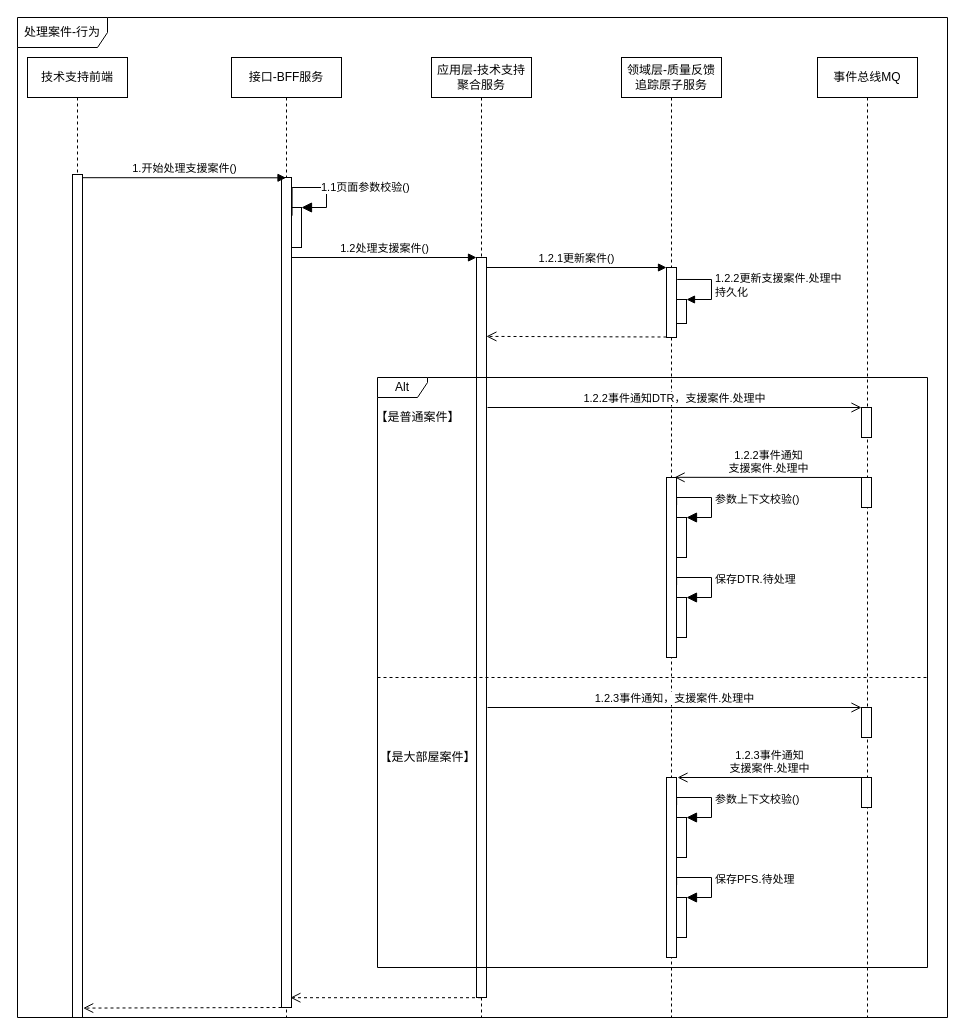
Above: page "第 8 页" (8 of 23) of images/支援案件时序图.drawio in 1132489442/designer (draw.io), before the change. Source tidied: cells renumbered, new cells numbered last; positions are measured from the earlier drawing's top-left corner, leaving out a move shared by most shapes. Both pictures are drawn from the tidied source at 100%, with x=0, y=0 at pixel (17, 17).
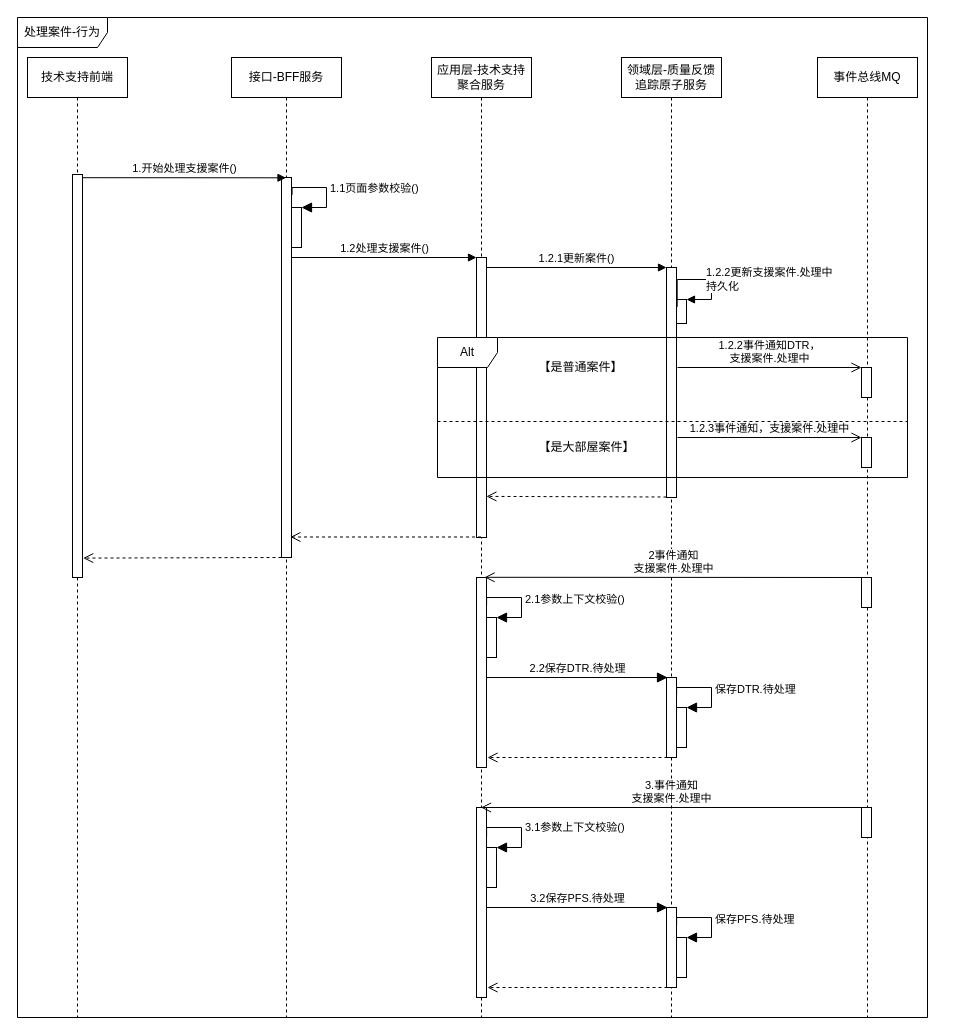
Above is the later version.

Commit message (it also covers changes not shown here):
更新支援案件时序图.drawio

The change refers to these unchanged cells:
```xml
<mxCell id="2" value="领域层-质量反馈追踪原子服务" style="shape=umlLifeline;perimeter=lifelinePerimeter;whiteSpace=wrap;html=1;" parent="1" vertex="1">
  <mxGeometry x="604" y="40" width="100" height="960" as="geometry" />
</mxCell>
<mxCell id="9" value="应用层-技术支持聚合服务" style="shape=umlLifeline;perimeter=lifelinePerimeter;whiteSpace=wrap;html=1;" parent="1" vertex="1">
  <mxGeometry x="414" y="40" width="100" height="960" as="geometry" />
</mxCell>
<mxCell id="12" value="接口-BFF服务" style="shape=umlLifeline;perimeter=lifelinePerimeter;whiteSpace=wrap;html=1;" parent="1" vertex="1">
  <mxGeometry x="214" y="40" width="110" height="960" as="geometry" />
</mxCell>
<mxCell id="24" value="事件总线MQ" style="shape=umlLifeline;perimeter=lifelinePerimeter;whiteSpace=wrap;html=1;fillColor=#FFFFFF;" parent="1" vertex="1">
  <mxGeometry x="800" y="40" width="100" height="960" as="geometry" />
</mxCell>
```

Change to the diagram source:
```diff
@@
     <mxCell id="3" style="html=1;points=[];perimeter=orthogonalPerimeter;" parent="2" vertex="1">
-      <mxGeometry x="45" y="210" width="10" height="70" as="geometry" />
+      <mxGeometry x="45" y="210" width="10" height="230" as="geometry" />
     </mxCell>
@@
-    <mxCell id="6" style="html=1;points=[];perimeter=orthogonalPerimeter;fillColor=#FFFFFF;" parent="2" vertex="1">
-      <mxGeometry x="45" y="420" width="10" height="180" as="geometry" />
-    </mxCell>
     <mxCell id="7" style="html=1;points=[];perimeter=orthogonalPerimeter;fillColor=#FFFFFF;" parent="2" vertex="1">
-      <mxGeometry x="55" y="460" width="10" height="40" as="geometry" />
+      <mxGeometry x="-135" y="560" width="10" height="40" as="geometry" />
     </mxCell>
-    <mxCell id="8" value="参数上下文校验()" style="edgeStyle=orthogonalEdgeStyle;html=1;align=left;spacingLeft=2;endArrow=block;rounded=0;entryX=1;entryY=0;endSize=8;exitX=1.011;exitY=0.153;exitDx=0;exitDy=0;exitPerimeter=0;" parent="2" edge="1" source="6" target="7">
+    <mxCell id="8" value="2.1参数上下文校验()" style="edgeStyle=orthogonalEdgeStyle;html=1;align=left;spacingLeft=2;endArrow=block;rounded=0;entryX=1;entryY=0;endSize=8;exitX=1.011;exitY=0.153;exitDx=0;exitDy=0;exitPerimeter=0;" parent="2" edge="1" target="7">
       <mxGeometry relative="1" as="geometry">
+        <mxPoint x="-134.9" y="547.5" as="sourcePoint" />
         <Array as="points">
-          <mxPoint x="90" y="440" />
-          <mxPoint x="90" y="460" />
+          <mxPoint x="-100" y="540" />
+          <mxPoint x="-100" y="560" />
         </Array>
       </mxGeometry>
     </mxCell>
+    <mxCell id="44" style="html=1;perimeter=orthogonalPerimeter;fillColor=#FFFFFF;" parent="2" vertex="1">
+      <mxGeometry x="45" y="850" width="10" height="80" as="geometry" />
+    </mxCell>
@@
     <mxCell id="10" style="html=1;points=[];perimeter=orthogonalPerimeter;" parent="9" vertex="1">
-      <mxGeometry x="45" y="200" width="10" height="740" as="geometry" />
+      <mxGeometry x="45" y="200" width="10" height="280" as="geometry" />
     </mxCell>
@@
     <mxCell id="13" style="html=1;points=[];perimeter=orthogonalPerimeter;" parent="12" vertex="1">
-      <mxGeometry x="50" y="120" width="10" height="830" as="geometry" />
+      <mxGeometry x="50" y="120" width="10" height="380" as="geometry" />
     </mxCell>
-    <mxCell id="14" style="html=1;verticalAlign=bottom;endArrow=open;dashed=1;endSize=8;rounded=0;entryX=1.071;entryY=0.454;entryDx=0;entryDy=0;entryPerimeter=0;" parent="12" edge="1">
-      <mxGeometry relative="1" as="geometry">
-        <mxPoint x="50" y="950" as="sourcePoint" />
-        <mxPoint x="-148.3" y="950.6" as="targetPoint" />
-      </mxGeometry>
-    </mxCell>
@@
     <mxCell id="19" style="html=1;verticalAlign=bottom;endArrow=open;dashed=1;endSize=8;rounded=0;entryX=0.89;entryY=0.897;entryDx=0;entryDy=0;entryPerimeter=0;" parent="1" edge="1">
       <mxGeometry relative="1" as="geometry">
-        <mxPoint x="463.5" y="980.2" as="sourcePoint" />
-        <mxPoint x="272.9" y="980.2" as="targetPoint" />
+        <mxPoint x="463.5" y="519.5" as="sourcePoint" />
+        <mxPoint x="272.9" y="519.5" as="targetPoint" />
       </mxGeometry>
     </mxCell>
@@
     <mxCell id="21" style="html=1;verticalAlign=bottom;endArrow=open;dashed=1;endSize=8;exitX=0;exitY=0.95;rounded=0;entryX=0.991;entryY=0.773;entryDx=0;entryDy=0;entryPerimeter=0;" parent="1" edge="1">
       <mxGeometry relative="1" as="geometry">
-        <mxPoint x="649" y="319.5" as="sourcePoint" />
-        <mxPoint x="468.9" y="318.9" as="targetPoint" />
+        <mxPoint x="649" y="479.5" as="sourcePoint" />
+        <mxPoint x="468.9" y="478.9" as="targetPoint" />
       </mxGeometry>
     </mxCell>
     <mxCell id="22" style="html=1;perimeter=orthogonalPerimeter;" parent="1" vertex="1">
-      <mxGeometry x="55" y="157" width="10" height="843" as="geometry" />
+      <mxGeometry x="55" y="157" width="10" height="403" as="geometry" />
     </mxCell>
     <mxCell id="23" value="处理案件-行为" style="shape=umlFrame;whiteSpace=wrap;html=1;fillColor=#FFFFFF;width=90;height=30;" parent="1" vertex="1">
-      <mxGeometry width="930" height="1000" as="geometry" />
+      <mxGeometry width="910" height="1000" as="geometry" />
     </mxCell>
@@
     <mxCell id="25" style="html=1;points=[];perimeter=orthogonalPerimeter;fillColor=#FFFFFF;" parent="24" vertex="1">
-      <mxGeometry x="44" y="350" width="10" height="30" as="geometry" />
+      <mxGeometry x="44" y="310" width="10" height="30" as="geometry" />
     </mxCell>
-    <mxCell id="26" value="1.2.2事件通知DTR，支援案件.处理中" style="html=1;verticalAlign=bottom;endArrow=open;entryX=0;entryY=0;rounded=0;endSize=8;endFill=0;" parent="1" edge="1" target="25">
+    <mxCell id="26" value="1.2.2事件通知DTR，&lt;br&gt;支援案件.处理中" style="html=1;verticalAlign=bottom;endArrow=open;entryX=0;entryY=0;rounded=0;endSize=8;endFill=0;" parent="1" edge="1" target="25">
       <mxGeometry relative="1" as="geometry">
-        <mxPoint x="470" y="390" as="sourcePoint" />
+        <mxPoint x="660" y="350" as="sourcePoint" />
       </mxGeometry>
     </mxCell>
     <mxCell id="27" style="html=1;points=[];perimeter=orthogonalPerimeter;fillColor=#FFFFFF;" parent="1" vertex="1">
-      <mxGeometry x="844" y="690" width="10" height="30" as="geometry" />
+      <mxGeometry x="844" y="420" width="10" height="30" as="geometry" />
     </mxCell>
     <mxCell id="28" value="1.2.3事件通知，支援案件.处理中" style="html=1;verticalAlign=bottom;endArrow=open;entryX=0;entryY=0;rounded=0;endSize=8;endFill=0;" parent="1" edge="1" target="27">
       <mxGeometry relative="1" as="geometry">
-        <mxPoint x="470" y="690" as="sourcePoint" />
+        <mxPoint x="660" y="420" as="sourcePoint" />
       </mxGeometry>
     </mxCell>
-    <mxCell id="29" style="line;strokeWidth=1;fillColor=none;align=left;verticalAlign=middle;spacingTop=-1;spacingLeft=3;spacingRight=3;labelPosition=right;dashed=1;" parent="1" vertex="1">
-      <mxGeometry x="360" y="600" width="550" height="120" as="geometry" />
-    </mxCell>
     <mxCell id="30" value="【是普通案件】" style="text;html=1;align=center;verticalAlign=middle;strokeColor=none;fillColor=none;" parent="1" vertex="1">
-      <mxGeometry x="350" y="390" width="100" height="20" as="geometry" />
+      <mxGeometry x="513" y="340" width="100" height="20" as="geometry" />
     </mxCell>
     <mxCell id="31" value="【是大部屋案件】" style="text;html=1;align=center;verticalAlign=middle;strokeColor=none;fillColor=none;" parent="1" vertex="1">
-      <mxGeometry x="355" y="730" width="110" height="20" as="geometry" />
+      <mxGeometry x="514" y="420" width="110" height="20" as="geometry" />
     </mxCell>
-    <mxCell id="32" value="Alt" style="shape=umlFrame;whiteSpace=wrap;html=1;fillColor=#FFFFFF;width=50;height=20;" parent="1" vertex="1">
-      <mxGeometry x="360" y="360" width="550" height="590" as="geometry" />
-    </mxCell>
     <mxCell id="33" style="html=1;points=[];perimeter=orthogonalPerimeter;fillColor=#FFFFFF;" parent="1" vertex="1">
-      <mxGeometry x="844" y="460" width="10" height="30" as="geometry" />
+      <mxGeometry x="844" y="560" width="10" height="30" as="geometry" />
     </mxCell>
-    <mxCell id="34" value="1.2.2事件通知&lt;br&gt;支援案件.处理中" style="html=1;verticalAlign=bottom;endArrow=open;rounded=0;endSize=8;endFill=0;exitX=0;exitY=0;exitDx=0;exitDy=0;entryX=0.812;entryY=-0.001;entryDx=0;entryDy=0;entryPerimeter=0;" parent="1" edge="1" source="33" target="6">
-      <mxGeometry relative="1" as="geometry" />
+    <mxCell id="34" value="2事件通知&lt;br&gt;支援案件.处理中" style="html=1;verticalAlign=bottom;endArrow=open;rounded=0;endSize=8;endFill=0;exitX=0;exitY=0;exitDx=0;exitDy=0;entryX=0.812;entryY=-0.001;entryDx=0;entryDy=0;entryPerimeter=0;" parent="1" edge="1" source="33">
+      <mxGeometry relative="1" as="geometry">
+        <mxPoint x="467.1" y="559.8" as="targetPoint" />
+      </mxGeometry>
     </mxCell>
-    <mxCell id="35" style="html=1;points=[];perimeter=orthogonalPerimeter;fillColor=#FFFFFF;" parent="1" vertex="1">
-      <mxGeometry x="659" y="580" width="10" height="40" as="geometry" />
-    </mxCell>
-    <mxCell id="36" value="保存DTR.待处理" style="edgeStyle=orthogonalEdgeStyle;html=1;align=left;spacingLeft=2;endArrow=block;rounded=0;entryX=1;entryY=0;endSize=8;exitX=1.011;exitY=0.153;exitDx=0;exitDy=0;exitPerimeter=0;" parent="1" edge="1" target="35">
-      <mxGeometry relative="1" as="geometry">
-        <mxPoint x="659.1" y="567.5" as="sourcePoint" />
-        <Array as="points">
-          <mxPoint x="694" y="560" />
-          <mxPoint x="694" y="580" />
-        </Array>
-      </mxGeometry>
-    </mxCell>
     <mxCell id="37" style="html=1;points=[];perimeter=orthogonalPerimeter;fillColor=#FFFFFF;" parent="1" vertex="1">
-      <mxGeometry x="649" y="760" width="10" height="180" as="geometry" />
+      <mxGeometry x="459" y="790" width="10" height="190" as="geometry" />
     </mxCell>
     <mxCell id="38" style="html=1;points=[];perimeter=orthogonalPerimeter;fillColor=#FFFFFF;" parent="1" vertex="1">
-      <mxGeometry x="659" y="800" width="10" height="40" as="geometry" />
+      <mxGeometry x="469" y="830" width="10" height="40" as="geometry" />
     </mxCell>
-    <mxCell id="39" value="参数上下文校验()" style="edgeStyle=orthogonalEdgeStyle;html=1;align=left;spacingLeft=2;endArrow=block;rounded=0;entryX=1;entryY=0;endSize=8;exitX=1.011;exitY=0.153;exitDx=0;exitDy=0;exitPerimeter=0;" parent="1" edge="1" source="37" target="38">
+    <mxCell id="39" value="3.1参数上下文校验()" style="edgeStyle=orthogonalEdgeStyle;html=1;align=left;spacingLeft=2;endArrow=block;rounded=0;entryX=1;entryY=0;endSize=8;exitX=1.011;exitY=0.153;exitDx=0;exitDy=0;exitPerimeter=0;" parent="1" edge="1" source="37" target="38">
       <mxGeometry relative="1" as="geometry">
         <Array as="points">
-          <mxPoint x="694" y="780" />
-          <mxPoint x="694" y="800" />
+          <mxPoint x="504" y="810" />
+          <mxPoint x="504" y="830" />
         </Array>
       </mxGeometry>
     </mxCell>
     <mxCell id="40" style="html=1;points=[];perimeter=orthogonalPerimeter;fillColor=#FFFFFF;" parent="1" vertex="1">
-      <mxGeometry x="844" y="760" width="10" height="30" as="geometry" />
+      <mxGeometry x="844" y="790" width="10" height="30" as="geometry" />
     </mxCell>
-    <mxCell id="41" value="1.2.3事件通知&lt;br&gt;支援案件.处理中" style="html=1;verticalAlign=bottom;endArrow=open;rounded=0;endSize=8;endFill=0;exitX=0;exitY=0;exitDx=0;exitDy=0;entryX=0.56;entryY=0.5;entryDx=0;entryDy=0;entryPerimeter=0;" parent="1" edge="1" source="40">
+    <mxCell id="41" value="3.事件通知&lt;br&gt;支援案件.处理中" style="html=1;verticalAlign=bottom;endArrow=open;rounded=0;endSize=8;endFill=0;exitX=0;exitY=0;exitDx=0;exitDy=0;" parent="1" edge="1" source="40">
       <mxGeometry relative="1" as="geometry">
-        <mxPoint x="660" y="760" as="targetPoint" />
+        <mxPoint x="463.5" y="790" as="targetPoint" />
       </mxGeometry>
     </mxCell>
     <mxCell id="42" style="html=1;points=[];perimeter=orthogonalPerimeter;fillColor=#FFFFFF;" parent="1" vertex="1">
-      <mxGeometry x="659" y="880" width="10" height="40" as="geometry" />
+      <mxGeometry x="659" y="920" width="10" height="40" as="geometry" />
     </mxCell>
     <mxCell id="43" value="保存PFS.待处理" style="edgeStyle=orthogonalEdgeStyle;html=1;align=left;spacingLeft=2;endArrow=block;rounded=0;entryX=1;entryY=0;endSize=8;exitX=1.011;exitY=0.153;exitDx=0;exitDy=0;exitPerimeter=0;" parent="1" edge="1" target="42">
       <mxGeometry relative="1" as="geometry">
-        <mxPoint x="659.1" y="867.5" as="sourcePoint" />
+        <mxPoint x="659.1" y="907.5" as="sourcePoint" />
         <Array as="points">
-          <mxPoint x="694" y="860" />
-          <mxPoint x="694" y="880" />
+          <mxPoint x="694" y="900" />
+          <mxPoint x="694" y="920" />
         </Array>
       </mxGeometry>
     </mxCell>
+    <mxCell id="32" value="Alt" style="shape=umlFrame;whiteSpace=wrap;html=1;fillColor=#FFFFFF;" parent="1" vertex="1">
+      <mxGeometry x="420" y="320" width="470" height="140" as="geometry" />
+    </mxCell>
+    <mxCell id="45" style="line;strokeWidth=1;fillColor=none;align=left;verticalAlign=middle;spacingTop=-1;spacingLeft=3;spacingRight=3;labelPosition=right;dashed=1;" parent="1" vertex="1">
+      <mxGeometry x="420" y="400" width="470" height="8" as="geometry" />
+    </mxCell>
+    <mxCell id="14" style="html=1;verticalAlign=bottom;endArrow=open;dashed=1;endSize=8;rounded=0;entryX=1.071;entryY=0.454;entryDx=0;entryDy=0;entryPerimeter=0;" parent="1" edge="1">
+      <mxGeometry relative="1" as="geometry">
+        <mxPoint x="264" y="540" as="sourcePoint" />
+        <mxPoint x="65.7" y="540.6" as="targetPoint" />
+      </mxGeometry>
+    </mxCell>
+    <mxCell id="46" style="html=1;points=[];perimeter=orthogonalPerimeter;fillColor=#FFFFFF;" parent="1" vertex="1">
+      <mxGeometry x="459" y="560" width="10" height="190" as="geometry" />
+    </mxCell>
+    <mxCell id="47" style="html=1;perimeter=orthogonalPerimeter;fillColor=#FFFFFF;" parent="1" vertex="1">
+      <mxGeometry x="649" y="660" width="10" height="80" as="geometry" />
+    </mxCell>
+    <mxCell id="48" style="html=1;points=[];perimeter=orthogonalPerimeter;fillColor=#FFFFFF;" parent="1" vertex="1">
+      <mxGeometry x="659" y="690" width="10" height="40" as="geometry" />
+    </mxCell>
+    <mxCell id="36" value="保存DTR.待处理" style="edgeStyle=orthogonalEdgeStyle;html=1;align=left;spacingLeft=2;endArrow=block;rounded=0;entryX=1;entryY=0;endSize=8;exitX=1.011;exitY=0.153;exitDx=0;exitDy=0;exitPerimeter=0;" parent="1" edge="1" target="48">
+      <mxGeometry relative="1" as="geometry">
+        <mxPoint x="659.1" y="677.5" as="sourcePoint" />
+        <Array as="points">
+          <mxPoint x="694" y="670" />
+          <mxPoint x="694" y="690" />
+        </Array>
+      </mxGeometry>
+    </mxCell>
+    <mxCell id="49" value="2.2保存DTR.待处理" style="html=1;verticalAlign=bottom;endArrow=block;entryX=0;entryY=0;rounded=0;endSize=8;" parent="1" edge="1" source="46">
+      <mxGeometry relative="1" as="geometry">
+        <mxPoint x="650" y="660" as="targetPoint" />
+      </mxGeometry>
+    </mxCell>
+    <mxCell id="50" style="html=1;verticalAlign=bottom;endArrow=open;dashed=1;endSize=8;exitX=0;exitY=0.95;rounded=0;" parent="1" edge="1">
+      <mxGeometry relative="1" as="geometry">
+        <mxPoint x="650" y="740" as="sourcePoint" />
+        <mxPoint x="470" y="740" as="targetPoint" />
+      </mxGeometry>
+    </mxCell>
+    <mxCell id="51" style="html=1;verticalAlign=bottom;endArrow=open;dashed=1;endSize=8;exitX=0;exitY=0.95;rounded=0;" parent="1" edge="1">
+      <mxGeometry relative="1" as="geometry">
+        <mxPoint x="650" y="970" as="sourcePoint" />
+        <mxPoint x="470" y="970" as="targetPoint" />
+      </mxGeometry>
+    </mxCell>
+    <mxCell id="52" value="3.2保存PFS.待处理" style="html=1;verticalAlign=bottom;endArrow=block;entryX=0;entryY=0;rounded=0;endSize=8;" parent="1" edge="1">
+      <mxGeometry relative="1" as="geometry">
+        <mxPoint x="469" y="890" as="sourcePoint" />
+        <mxPoint x="650" y="890" as="targetPoint" />
+      </mxGeometry>
+    </mxCell>
```
